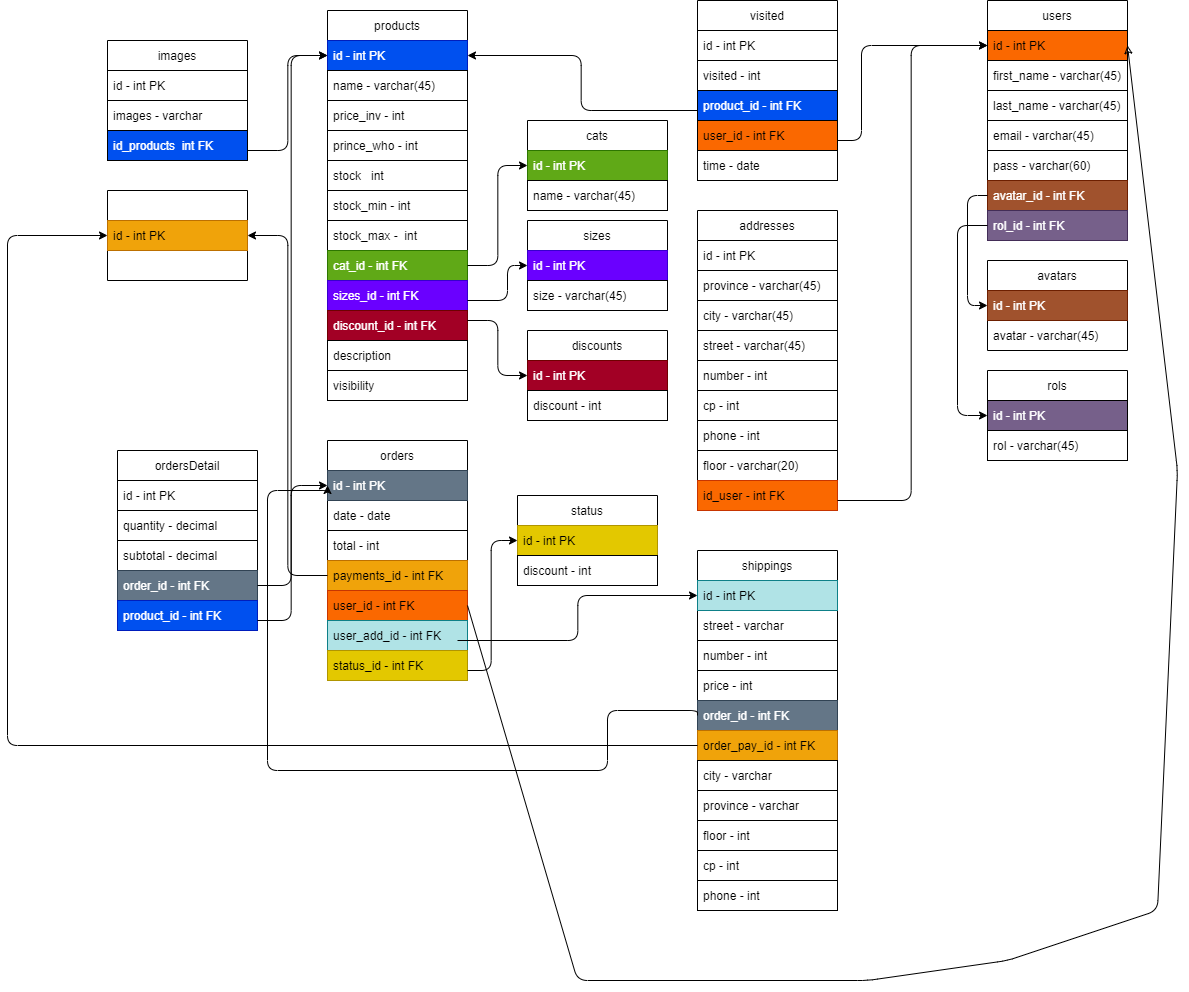
Above: db.drawio.png in eunice2001/Grupo6_Sprint6 (draw.io), before the change. Source tidied: cells renumbered, new cells last; positions are measured from the earlier drawing's top-left corner, leaving out a move shared by most shapes.
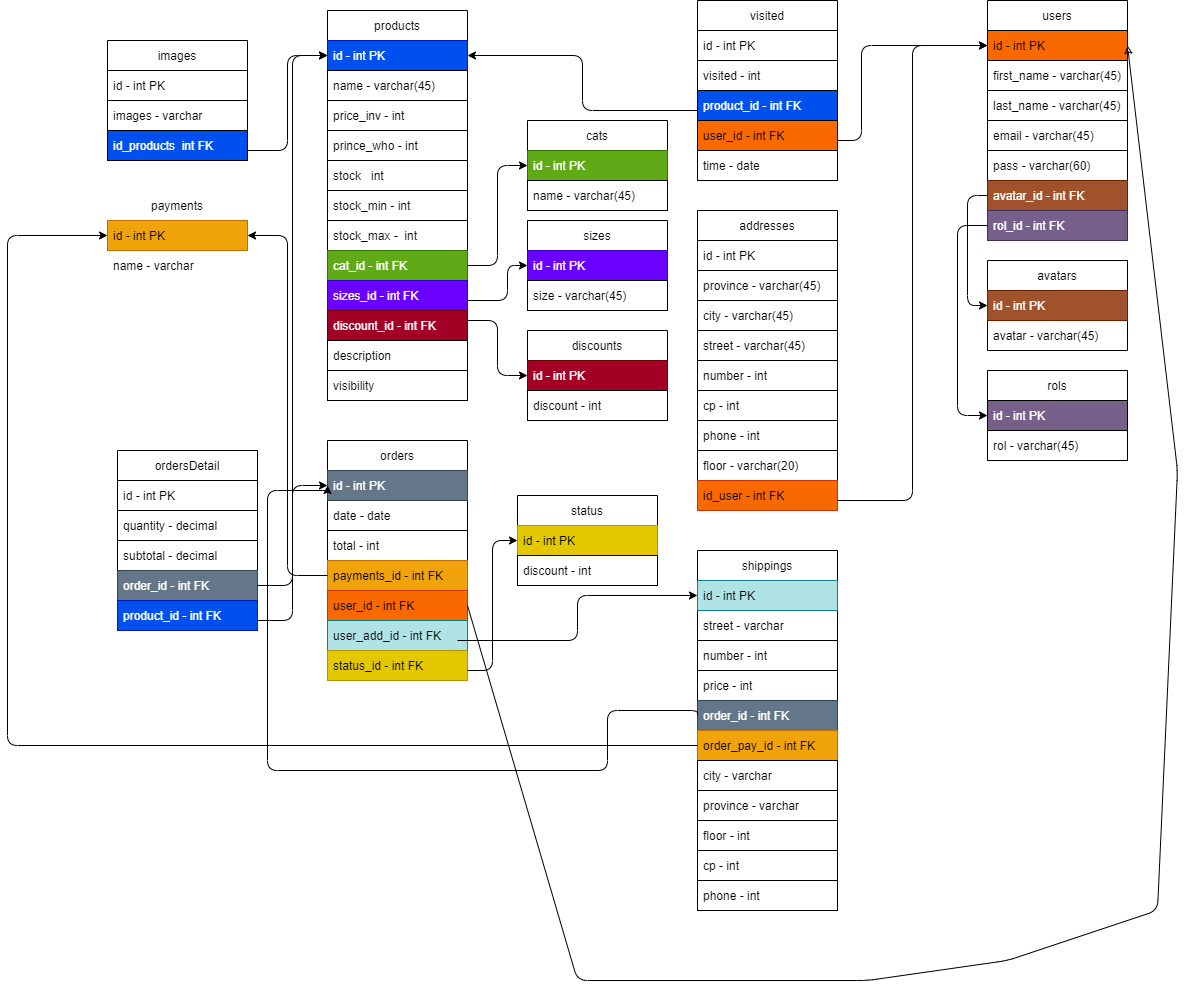
Later version of the same file.

Commit message:
inicio de reestructuracion de detalle de producto y modificacion al diagrama de bd

What changed in the source:
```diff
@@ -337,13 +337,13 @@
         </Array>
       </mxGeometry>
     </mxCell>
-    <mxCell id="100" value="payments" style="swimlane;fontStyle=0;horizontal=1;startSize=30;fontColor=#FFFFFF;strokeColor=default;" parent="1" vertex="1">
+    <mxCell id="100" value="payments" style="swimlane;fontStyle=0;horizontal=1;startSize=30;fontColor=#000000;strokeColor=#FFFFFF;" parent="1" vertex="1">
       <mxGeometry x="100" y="190" width="140" height="90" as="geometry" />
     </mxCell>
     <mxCell id="101" value="id - int PK" style="text;strokeColor=#BD7000;fillColor=#f0a30a;align=left;verticalAlign=middle;spacingLeft=4;spacingRight=4;overflow=hidden;fontColor=#000000;" parent="100" vertex="1">
       <mxGeometry y="30" width="140" height="30" as="geometry" />
     </mxCell>
-    <mxCell id="102" value="name - varchar" style="text;strokeColor=none;fillColor=none;align=left;verticalAlign=middle;spacingLeft=4;spacingRight=4;overflow=hidden;fontColor=#FFFFFF;" parent="100" vertex="1">
+    <mxCell id="102" value="name - varchar" style="text;strokeColor=none;fillColor=none;align=left;verticalAlign=middle;spacingLeft=4;spacingRight=4;overflow=hidden;fontColor=#000000;" parent="100" vertex="1">
       <mxGeometry y="60" width="140" height="30" as="geometry" />
     </mxCell>
     <mxCell id="103" style="edgeStyle=elbowEdgeStyle;elbow=horizontal;endArrow=classic;html=1;fontColor=#FFFFFF;exitX=0;exitY=0.5;exitDx=0;exitDy=0;entryX=1;entryY=0.5;entryDx=0;entryDy=0;" parent="1" edge="1" source="71" target="100">
```
